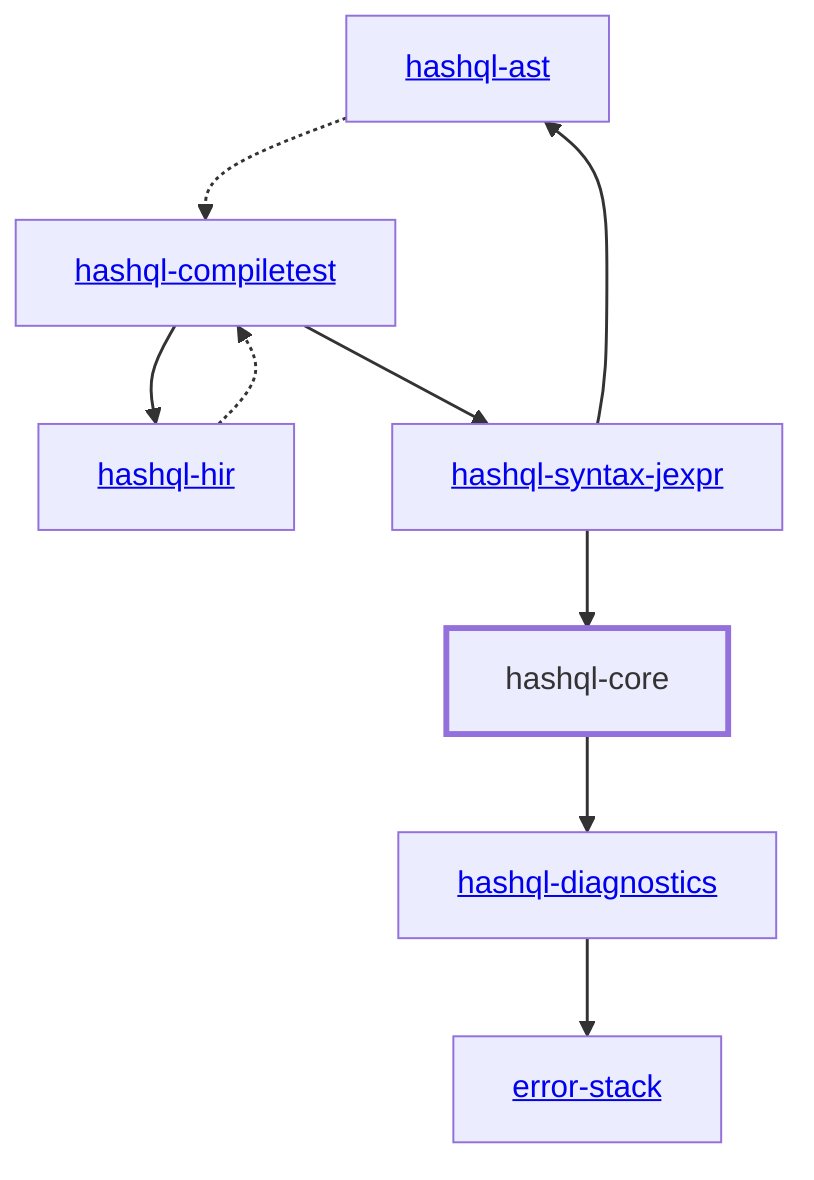
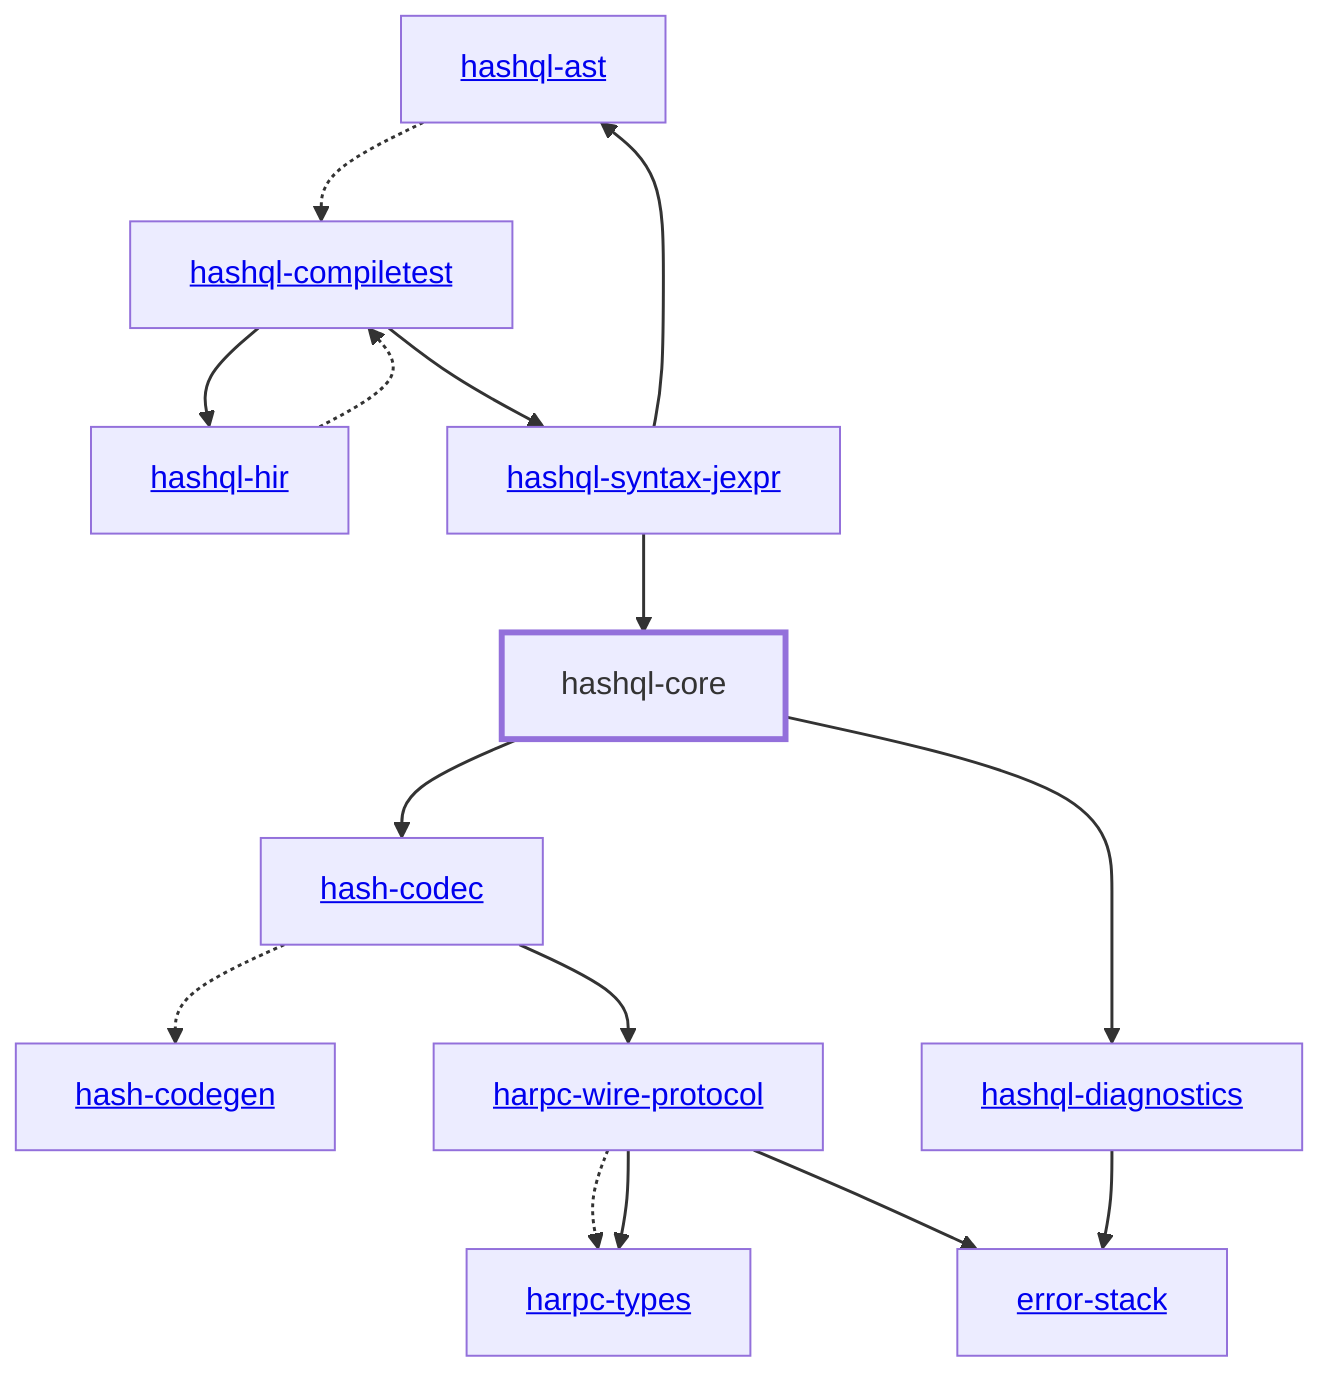
graph TD
    linkStyle default stroke-width:1.5px
    classDef default stroke-width:1px
    classDef root stroke-width:3px
    classDef dev stroke-width:1px
    classDef build stroke-width:1px
    %% Legend
    %% --> : Normal dependency
    %% -.-> : Dev dependency
    %% ---> : Build dependency
-     0[<a href="../hashql_ast">hashql-ast</a>]
-     1[<a href="../hashql_compiletest">hashql-compiletest</a>]
-     2[hashql-core]
-     class 2 root
-     3[<a href="../hashql_diagnostics">hashql-diagnostics</a>]
-     4[<a href="../hashql_hir">hashql-hir</a>]
-     5[<a href="../hashql_syntax_jexpr">hashql-syntax-jexpr</a>]
-     6[<a href="../error_stack">error-stack</a>]
+     0[<a href="../hash_codec">hash-codec</a>]
+     1[<a href="../hash_codegen">hash-codegen</a>]
+     2[<a href="../harpc_types">harpc-types</a>]
+     3[<a href="../harpc_wire_protocol">harpc-wire-protocol</a>]
+     4[<a href="../hashql_ast">hashql-ast</a>]
+     5[<a href="../hashql_compiletest">hashql-compiletest</a>]
+     6[hashql-core]
+     class 6 root
+     7[<a href="../hashql_diagnostics">hashql-diagnostics</a>]
+     8[<a href="../hashql_hir">hashql-hir</a>]
+     9[<a href="../hashql_syntax_jexpr">hashql-syntax-jexpr</a>]
+     10[<a href="../error_stack">error-stack</a>]
    0 -.-> 1
-     1 --> 4
-     1 --> 5
-     2 --> 3
-     3 --> 6
-     4 -.-> 1
-     5 --> 0
-     5 --> 2
+     0 --> 3
+     3 -.-> 2
+     3 --> 2
+     3 --> 10
+     4 -.-> 5
+     5 --> 8
+     5 --> 9
+     6 --> 0
+     6 --> 7
+     7 --> 10
+     8 -.-> 5
+     9 --> 4
+     9 --> 6
